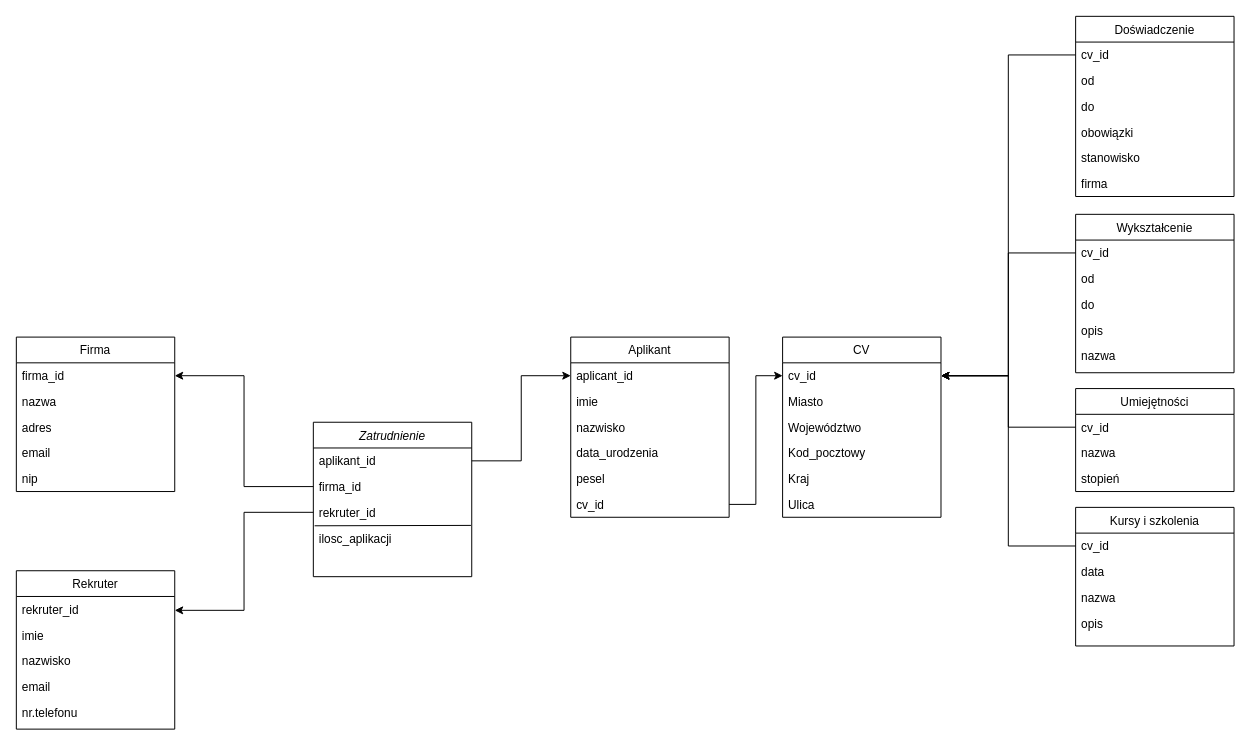
Earlier version of the draw.io diagram Diagram bez tytułu.drawio (Paros998/ConverterJava). Source tidied: cells renumbered, new cells numbered last; positions are measured from the earlier drawing's top-left corner, leaving out a move shared by most shapes. Both pictures are drawn from the tidied source at 99%, with x=0, y=0 at pixel (16, 16).
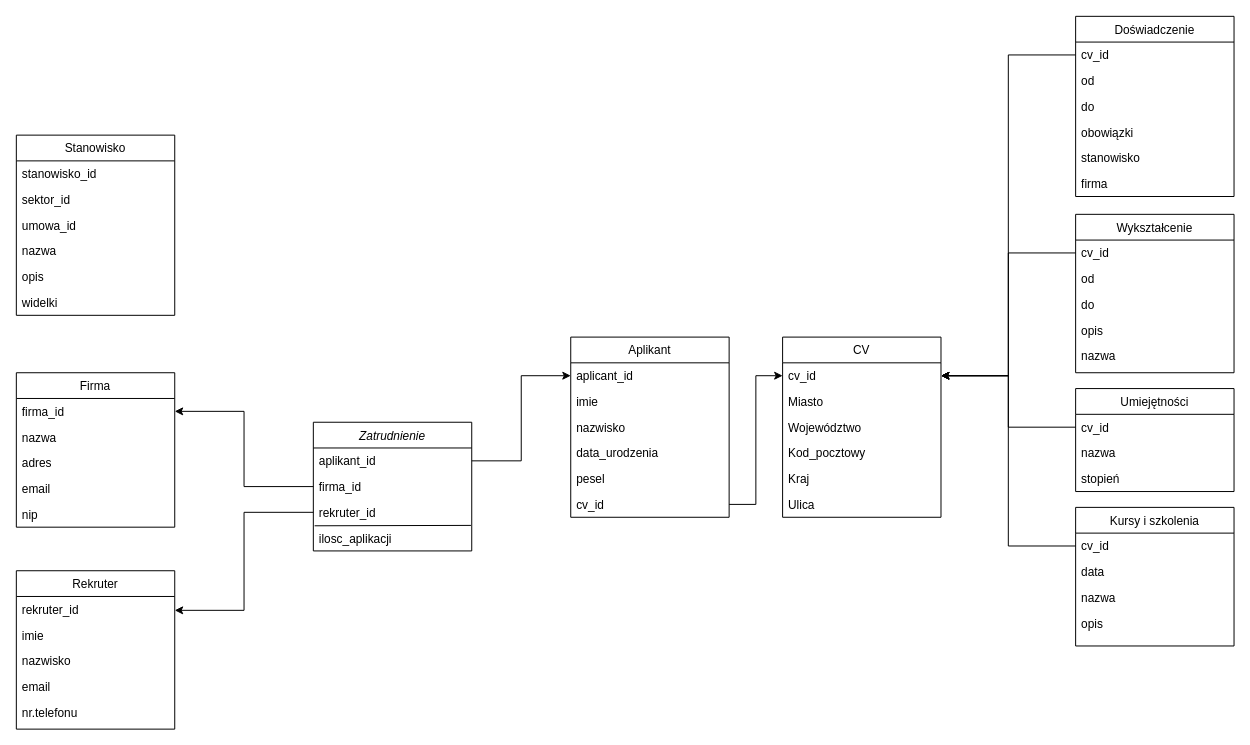
The same diagram, later.

Change to the diagram source:
```diff
@@
     <mxCell id="2" value="Zatrudnienie" style="swimlane;fontStyle=2;align=center;verticalAlign=top;horizontal=1;startSize=26;rounded=0;shadow=0;strokeWidth=1;" parent="1" vertex="1">
-      <mxGeometry x="300" y="410" width="160" height="156" as="geometry" />
+      <mxGeometry x="300" y="410" width="160" height="130" as="geometry" />
     </mxCell>
@@
     <mxCell id="55" value="Firma" style="swimlane;fontStyle=0;align=center;verticalAlign=top;horizontal=1;startSize=26;rounded=0;shadow=0;strokeWidth=1;" parent="1" vertex="1">
-      <mxGeometry y="324" width="160" height="156" as="geometry" />
+      <mxGeometry y="360" width="160" height="156" as="geometry" />
     </mxCell>
@@
+    <mxCell id="64" value="Stanowisko" style="swimlane;fontStyle=0;align=center;verticalAlign=top;horizontal=1;startSize=26;rounded=0;shadow=0;strokeWidth=1;" parent="1" vertex="1">
+      <mxGeometry y="120" width="160" height="182" as="geometry" />
+    </mxCell>
+    <mxCell id="65" value="stanowisko_id" style="text;align=left;verticalAlign=top;spacingLeft=4;spacingRight=4;overflow=hidden;" parent="64" vertex="1">
+      <mxGeometry y="26" width="160" height="26" as="geometry" />
+    </mxCell>
+    <mxCell id="66" value="sektor_id" style="text;align=left;verticalAlign=top;spacingLeft=4;spacingRight=4;overflow=hidden;rounded=0;shadow=0;html=0;" parent="64" vertex="1">
+      <mxGeometry y="52" width="160" height="26" as="geometry" />
+    </mxCell>
+    <mxCell id="67" value="umowa_id" style="text;align=left;verticalAlign=top;spacingLeft=4;spacingRight=4;overflow=hidden;rounded=0;shadow=0;html=0;" parent="64" vertex="1">
+      <mxGeometry y="78" width="160" height="26" as="geometry" />
+    </mxCell>
+    <mxCell id="68" value="nazwa" style="text;align=left;verticalAlign=top;spacingLeft=4;spacingRight=4;overflow=hidden;rounded=0;shadow=0;html=0;" parent="64" vertex="1">
+      <mxGeometry y="104" width="160" height="26" as="geometry" />
+    </mxCell>
+    <mxCell id="69" value="opis" style="text;align=left;verticalAlign=top;spacingLeft=4;spacingRight=4;overflow=hidden;rounded=0;shadow=0;html=0;" parent="64" vertex="1">
+      <mxGeometry y="130" width="160" height="26" as="geometry" />
+    </mxCell>
+    <mxCell id="70" value="widelki" style="text;align=left;verticalAlign=top;spacingLeft=4;spacingRight=4;overflow=hidden;rounded=0;shadow=0;html=0;" parent="64" vertex="1">
+      <mxGeometry y="156" width="160" height="26" as="geometry" />
+    </mxCell>
```
